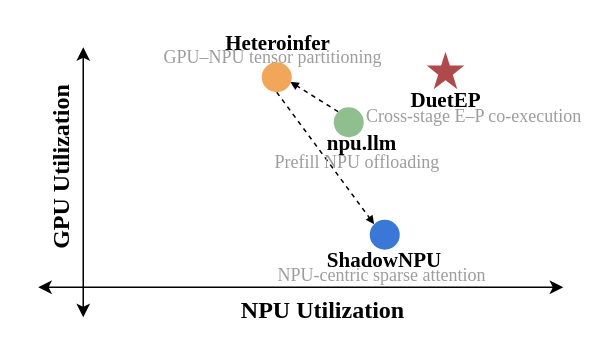
Above: figures/intro_util.drawio in icszhr/hermes (draw.io), before the change. Source tidied: cells renumbered, new cells numbered last; positions are measured from the earlier drawing's top-left corner, leaving out a move shared by most shapes. Both pictures are drawn from the tidied source at 150%, with x=0, y=0 at pixel (-30, 32).
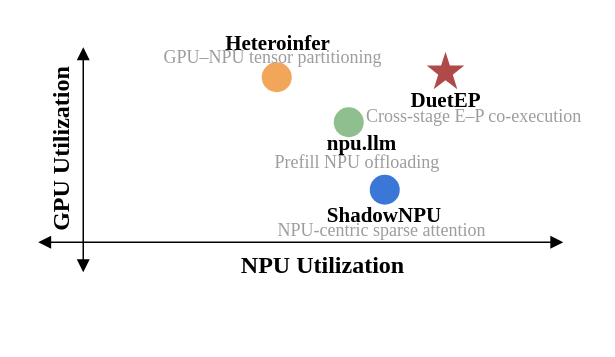
The same diagram, later.

Unchanged cells that the change refers to:
```xml
<mxCell id="8" style="ellipse;whiteSpace=wrap;html=1;shapeInside=1;fillColor=light-dark(#8fbf8f, #ededed);strokeColor=none;" parent="1" vertex="1">
  <mxGeometry x="242" y="50" width="20" height="20" as="geometry" />
</mxCell>
<mxCell id="10" style="ellipse;whiteSpace=wrap;html=1;shapeInside=1;fillColor=light-dark(#f2a65a, #ededed);strokeColor=none;" parent="1" vertex="1">
  <mxGeometry x="194" y="20" width="20" height="20" as="geometry" />
</mxCell>
```

Change to the diagram source:
```diff
@@
-    <mxCell id="2" style="endArrow=classic;startArrow=classic;html=1;rounded=0;" parent="1" edge="1">
+    <mxCell id="2" style="endArrow=block;startArrow=block;html=1;rounded=0;startFill=1;endFill=1;" parent="1" edge="1">
       <mxGeometry relative="1" as="geometry">
-        <mxPoint x="45" y="170" as="sourcePoint" />
-        <mxPoint x="395" y="170" as="targetPoint" />
+        <mxPoint x="45" y="140" as="sourcePoint" />
+        <mxPoint x="395" y="140" as="targetPoint" />
       </mxGeometry>
     </mxCell>
-    <mxCell id="3" style="endArrow=classic;startArrow=classic;html=1;rounded=0;" parent="1" edge="1">
+    <mxCell id="3" style="endArrow=block;startArrow=block;html=1;rounded=0;startFill=1;endFill=1;" parent="1" edge="1">
       <mxGeometry relative="1" as="geometry">
-        <mxPoint x="75" y="190" as="sourcePoint" />
+        <mxPoint x="75" y="160" as="sourcePoint" />
         <mxPoint x="75" y="10" as="targetPoint" />
       </mxGeometry>
     </mxCell>
     <mxCell id="4" value="NPU Utilization" style="text;html=1;whiteSpace=wrap;strokeColor=none;fillColor=none;align=center;verticalAlign=middle;rounded=0;fontFamily=Times New Roman;fontSize=16;fontStyle=1;" parent="1" vertex="1">
-      <mxGeometry x="175" y="170" width="120" height="30" as="geometry" />
+      <mxGeometry x="175" y="140" width="120" height="30" as="geometry" />
     </mxCell>
     <mxCell id="5" value="GPU Utilization" style="text;html=1;whiteSpace=wrap;strokeColor=none;fillColor=none;align=center;verticalAlign=middle;rounded=0;rotation=-90;fontFamily=Times New Roman;fontSize=16;fontStyle=1;" parent="1" vertex="1">
-      <mxGeometry y="75" width="120" height="30" as="geometry" />
+      <mxGeometry y="63" width="120" height="30" as="geometry" />
     </mxCell>
@@
-    <mxCell id="7" style="rounded=0;jettySize=auto;html=1;exitX=0;exitY=0;exitDx=0;exitDy=0;entryX=1;entryY=1;entryDx=0;entryDy=0;endSize=3;dashed=1;endArrow=block;endFill=1;" parent="1" edge="1" source="8">
-      <mxGeometry relative="1" as="geometry">
-        <mxPoint x="213.1" y="33.1" as="targetPoint" />
-      </mxGeometry>
-    </mxCell>
@@
-    <mxCell id="9" style="rounded=0;jettySize=auto;html=1;exitX=0.5;exitY=1;exitDx=0;exitDy=0;entryX=0;entryY=0;entryDx=0;entryDy=0;endSize=3;dashed=1;endArrow=block;endFill=1;" parent="1" edge="1" source="10" target="11">
-      <mxGeometry relative="1" as="geometry" />
-    </mxCell>
@@
     <mxCell id="11" style="ellipse;whiteSpace=wrap;html=1;shapeInside=1;fillColor=light-dark(#3b77d7, #ededed);strokeColor=none;" parent="1" vertex="1">
-      <mxGeometry x="266" y="125" width="20" height="20" as="geometry" />
+      <mxGeometry x="266" y="95" width="20" height="20" as="geometry" />
     </mxCell>
@@
     <mxCell id="14" value="&lt;font style=&quot;font-size: 14px;&quot;&gt;ShadowNPU&lt;/font&gt;" style="text;html=1;whiteSpace=wrap;strokeColor=none;fillColor=none;align=center;verticalAlign=middle;rounded=0;fontFamily=Times New Roman;fontSize=16;fontStyle=1;" parent="1" vertex="1">
-      <mxGeometry x="249" y="145" width="54" height="12" as="geometry" />
+      <mxGeometry x="249" y="115" width="54" height="12" as="geometry" />
     </mxCell>
@@
     <mxCell id="17" value="NPU-centric sparse attention" style="text;whiteSpace=wrap;html=1;fontFamily=Times New Roman;fontColor=light-dark(#9d9d9d, #ededed);" parent="1" vertex="1">
-      <mxGeometry x="203" y="148" width="150" height="20" as="geometry" />
+      <mxGeometry x="203" y="118" width="150" height="20" as="geometry" />
     </mxCell>
```
